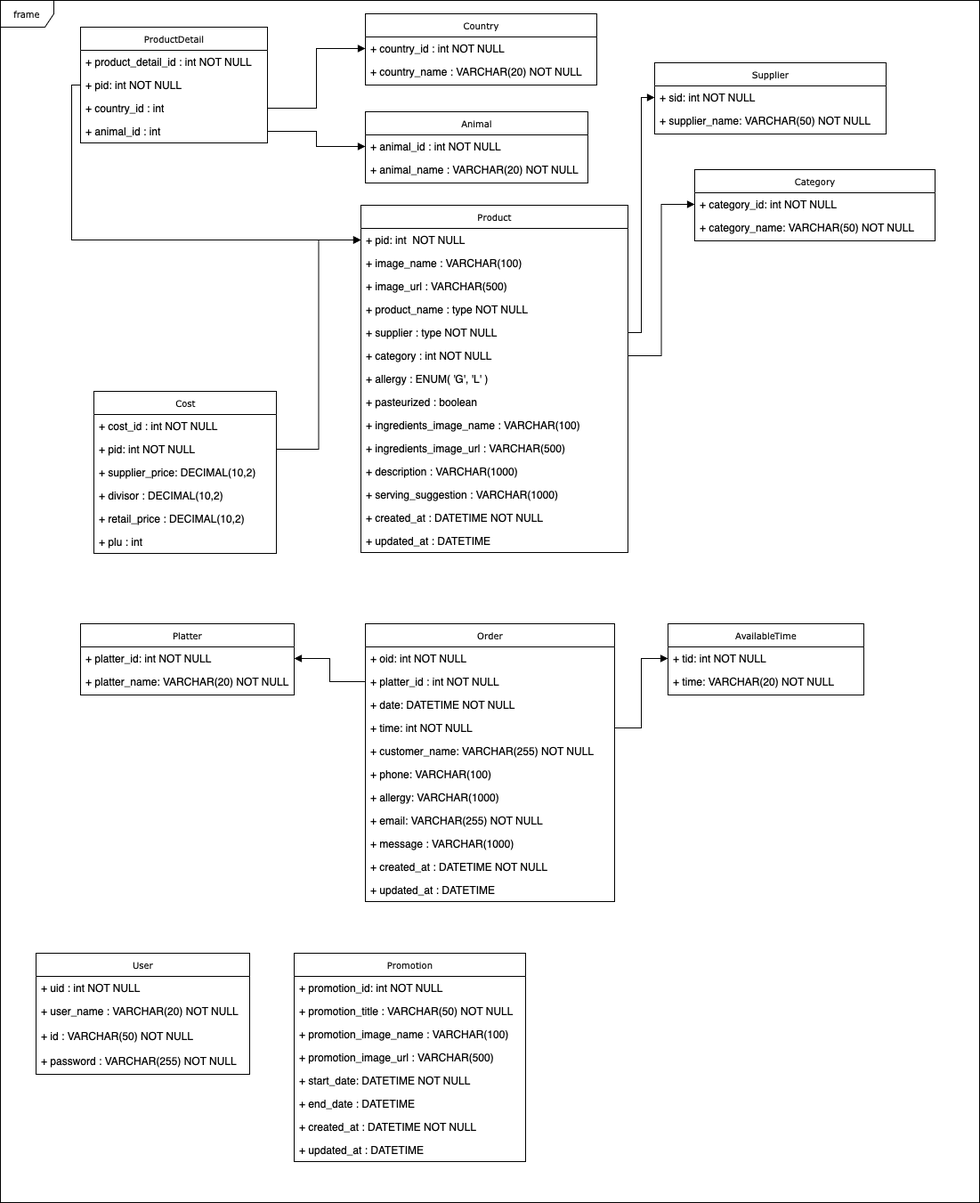
Above: document/database-uml.drawio.png in Yunzoo01/linas-deli (draw.io), before the change. Source tidied: cells renumbered, new cells last; positions are measured from the earlier drawing's top-left corner, leaving out a move shared by most shapes.
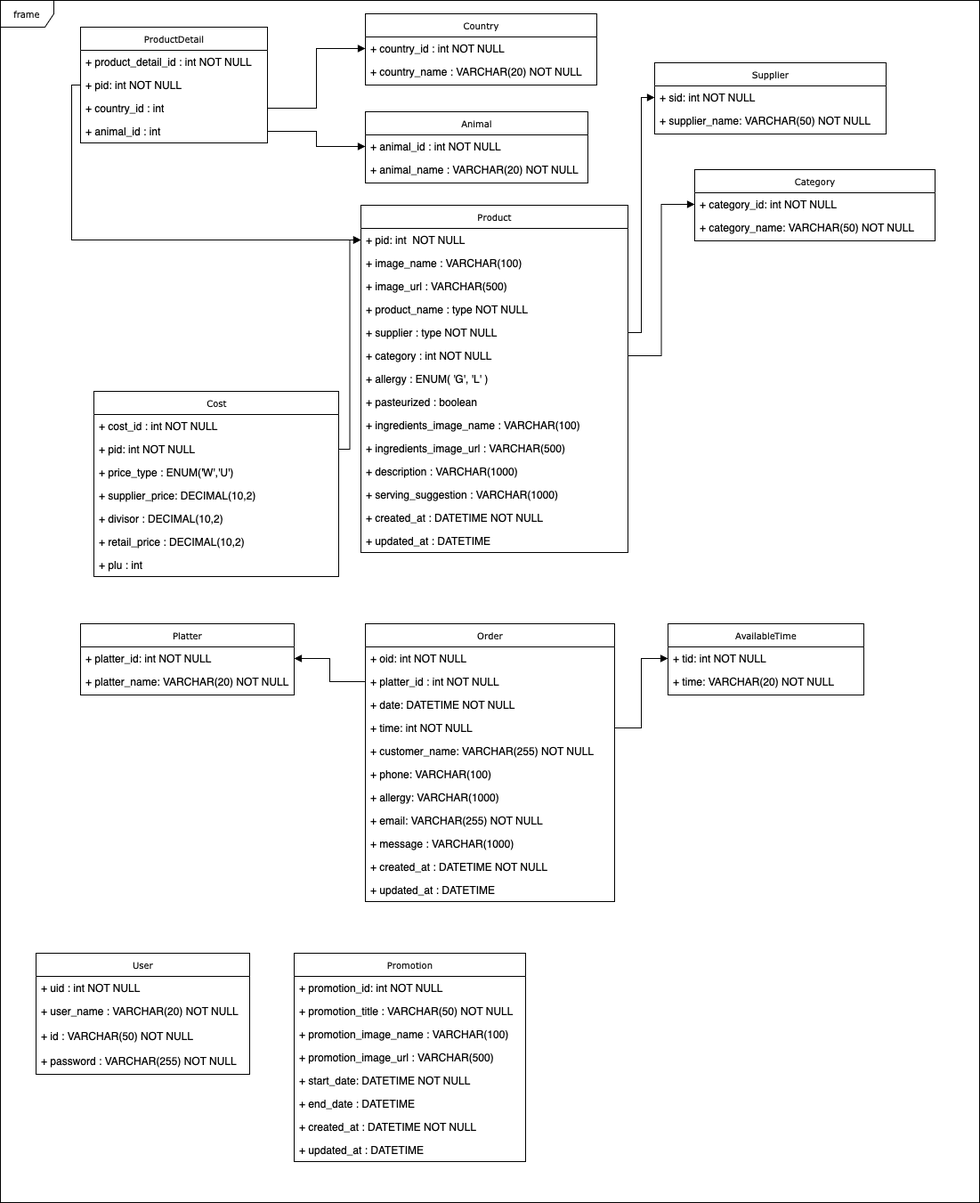
The same diagram one commit later.

Change to the diagram source:
```diff
@@ -51,25 +51,28 @@
       <mxGeometry y="364" width="300" height="26" as="geometry" />
     </mxCell>
     <mxCell id="18" value="Cost" style="swimlane;html=1;fontStyle=0;horizontal=1;startSize=26;fillColor=none;swimlaneFillColor=#ffffff;rounded=0;shadow=0;comic=0;labelBackgroundColor=none;strokeWidth=1;fontFamily=Verdana;fontSize=10;align=center;" parent="1" vertex="1">
-      <mxGeometry x="105" y="439" width="205" height="182" as="geometry" />
+      <mxGeometry x="105" y="439" width="275" height="208" as="geometry" />
     </mxCell>
     <mxCell id="19" value="+ cost_id : int NOT NULL" style="text;html=1;strokeColor=none;fillColor=none;align=left;verticalAlign=top;spacingLeft=4;spacingRight=4;whiteSpace=wrap;overflow=hidden;" parent="18" vertex="1">
-      <mxGeometry y="26" width="205" height="26" as="geometry" />
+      <mxGeometry y="26" width="275" height="26" as="geometry" />
     </mxCell>
     <mxCell id="20" value="+ pid: int NOT NULL" style="text;html=1;strokeColor=none;fillColor=none;align=left;verticalAlign=top;spacingLeft=4;spacingRight=4;whiteSpace=wrap;overflow=hidden;points=[[0,0.5],[1,0.5]];portConstraint=eastwest;" parent="18" vertex="1">
-      <mxGeometry y="52" width="205" height="26" as="geometry" />
+      <mxGeometry y="52" width="275" height="26" as="geometry" />
     </mxCell>
+    <mxCell id="82" value="+ price_type : ENUM('W','U')" style="text;html=1;strokeColor=none;fillColor=none;align=left;verticalAlign=top;spacingLeft=4;spacingRight=4;whiteSpace=wrap;overflow=hidden;" parent="18" vertex="1">
+      <mxGeometry y="78" width="275" height="26" as="geometry" />
+    </mxCell>
     <mxCell id="21" value="+ supplier_price:&amp;nbsp;&lt;span style=&quot;caret-color: rgb(0, 0, 0); color: rgb(0, 0, 0);&quot;&gt;DECIMAL(&lt;/span&gt;&lt;span style=&quot;caret-color: rgb(0, 0, 0); color: rgb(0, 0, 0);&quot; class=&quot;s1&quot;&gt;10&lt;/span&gt;&lt;span style=&quot;caret-color: rgb(0, 0, 0); color: rgb(0, 0, 0);&quot;&gt;,&lt;/span&gt;&lt;span style=&quot;caret-color: rgb(0, 0, 0); color: rgb(0, 0, 0);&quot; class=&quot;s1&quot;&gt;2&lt;/span&gt;&lt;span style=&quot;caret-color: rgb(0, 0, 0); color: rgb(0, 0, 0);&quot;&gt;)&lt;/span&gt;" style="text;html=1;strokeColor=none;fillColor=none;align=left;verticalAlign=top;spacingLeft=4;spacingRight=4;whiteSpace=wrap;overflow=hidden;" parent="18" vertex="1">
-      <mxGeometry y="78" width="205" height="26" as="geometry" />
+      <mxGeometry y="104" width="275" height="26" as="geometry" />
     </mxCell>
     <mxCell id="22" value="+ divisor :&amp;nbsp;&lt;span style=&quot;caret-color: rgb(0, 0, 0); color: rgb(0, 0, 0);&quot;&gt;DECIMAL(&lt;/span&gt;&lt;span style=&quot;caret-color: rgb(0, 0, 0); color: rgb(0, 0, 0);&quot; class=&quot;s1&quot;&gt;10&lt;/span&gt;&lt;span style=&quot;caret-color: rgb(0, 0, 0); color: rgb(0, 0, 0);&quot;&gt;,&lt;/span&gt;&lt;span style=&quot;caret-color: rgb(0, 0, 0); color: rgb(0, 0, 0);&quot; class=&quot;s1&quot;&gt;2&lt;/span&gt;&lt;span style=&quot;caret-color: rgb(0, 0, 0); color: rgb(0, 0, 0);&quot;&gt;)&lt;/span&gt;" style="text;html=1;strokeColor=none;fillColor=none;align=left;verticalAlign=top;spacingLeft=4;spacingRight=4;whiteSpace=wrap;overflow=hidden;" parent="18" vertex="1">
-      <mxGeometry y="104" width="205" height="26" as="geometry" />
+      <mxGeometry y="130" width="275" height="26" as="geometry" />
     </mxCell>
     <mxCell id="23" value="+ retail_price :&amp;nbsp;&lt;span style=&quot;caret-color: rgb(0, 0, 0); color: rgb(0, 0, 0);&quot;&gt;DECIMAL(&lt;/span&gt;&lt;span style=&quot;caret-color: rgb(0, 0, 0); color: rgb(0, 0, 0);&quot; class=&quot;s1&quot;&gt;10&lt;/span&gt;&lt;span style=&quot;caret-color: rgb(0, 0, 0); color: rgb(0, 0, 0);&quot;&gt;,&lt;/span&gt;&lt;span style=&quot;caret-color: rgb(0, 0, 0); color: rgb(0, 0, 0);&quot; class=&quot;s1&quot;&gt;2&lt;/span&gt;&lt;span style=&quot;caret-color: rgb(0, 0, 0); color: rgb(0, 0, 0);&quot;&gt;)&lt;/span&gt;" style="text;html=1;strokeColor=none;fillColor=none;align=left;verticalAlign=top;spacingLeft=4;spacingRight=4;whiteSpace=wrap;overflow=hidden;" parent="18" vertex="1">
-      <mxGeometry y="130" width="205" height="26" as="geometry" />
+      <mxGeometry y="156" width="275" height="26" as="geometry" />
     </mxCell>
     <mxCell id="24" value="+ plu : int&amp;nbsp;" style="text;html=1;strokeColor=none;fillColor=none;align=left;verticalAlign=top;spacingLeft=4;spacingRight=4;whiteSpace=wrap;overflow=hidden;" parent="18" vertex="1">
-      <mxGeometry y="156" width="205" height="26" as="geometry" />
+      <mxGeometry y="182" width="275" height="26" as="geometry" />
     </mxCell>
     <mxCell id="25" value="Supplier" style="swimlane;html=1;fontStyle=0;horizontal=1;startSize=26;fillColor=none;swimlaneFillColor=#ffffff;rounded=0;shadow=0;comic=0;labelBackgroundColor=none;strokeWidth=1;fontFamily=Verdana;fontSize=10;align=center;" parent="1" vertex="1">
       <mxGeometry x="735" y="70" width="260" height="80" as="geometry" />
```
